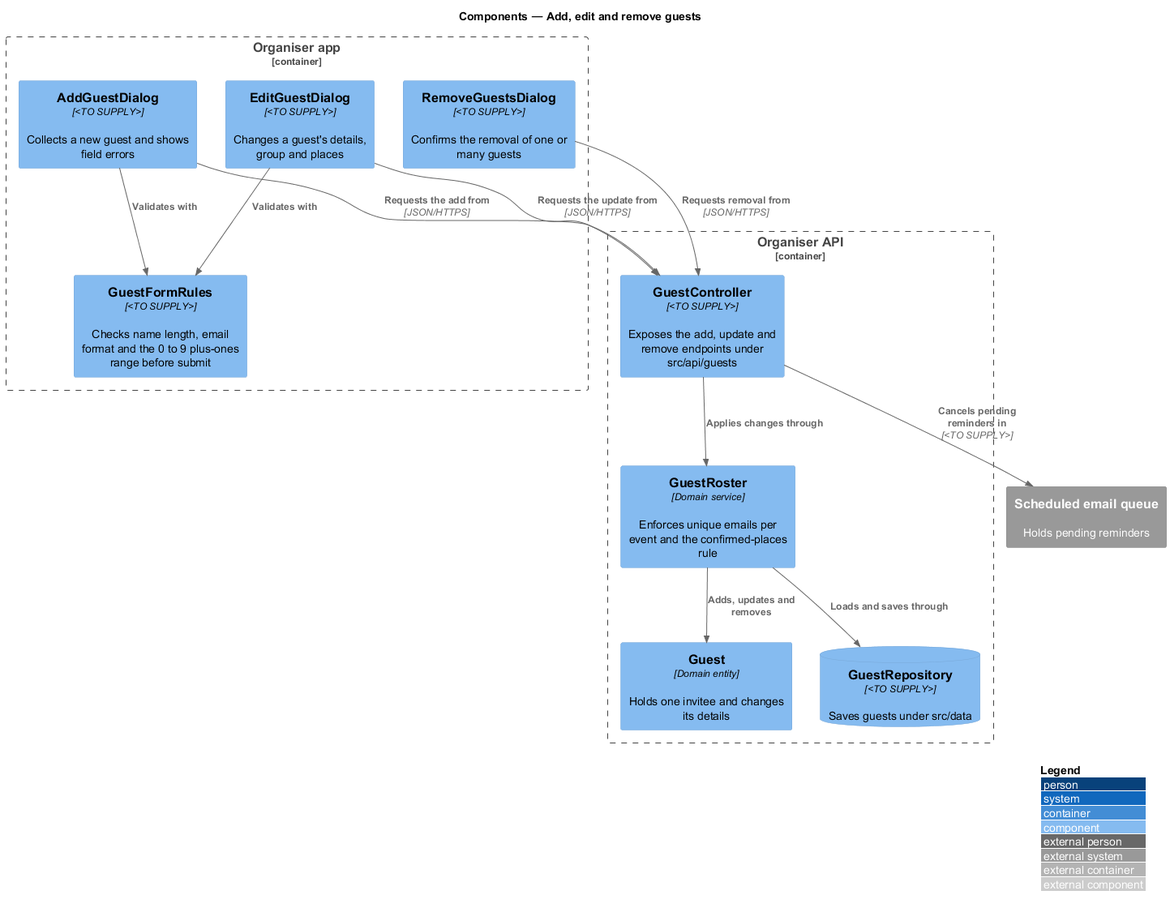
The PlantUML diagram docs/detailed-designs/guests/manage-guest/diagrams/c4-component.png in QuinntyneBrown/rsvp-cms, before a commit. Source of this version:
```plantuml
@startuml
!include <C4/C4_Component>
LAYOUT_WITH_LEGEND()
title Components — Add, edit and remove guests

Container_Boundary(admin, "Organiser app") {
  Component(addDlg, "AddGuestDialog", "<TO SUPPLY>", "Collects a new guest and shows field errors")
  Component(editDlg, "EditGuestDialog", "<TO SUPPLY>", "Changes a guest's details, group and places")
  Component(removeDlg, "RemoveGuestsDialog", "<TO SUPPLY>", "Confirms the removal of one or many guests")
  Component(rules, "GuestFormRules", "<TO SUPPLY>", "Checks name length, email format and the 0 to 9 plus-ones range before submit")
}
Container_Boundary(api, "Organiser API") {
  Component(ctrl, "GuestController", "<TO SUPPLY>", "Exposes the add, update and remove endpoints under src/api/guests")
  Component(roster, "GuestRoster", "Domain service", "Enforces unique emails per event and the confirmed-places rule")
  Component(guest, "Guest", "Domain entity", "Holds one invitee and changes its details")
  ComponentDb(guests, "GuestRepository", "<TO SUPPLY>", "Saves guests under src/data")
}
System_Ext(queue, "Scheduled email queue", "Holds pending reminders")

Rel(addDlg, rules, "Validates with")
Rel(editDlg, rules, "Validates with")
Rel(removeDlg, ctrl, "Requests removal from", "JSON/HTTPS")
Rel(addDlg, ctrl, "Requests the add from", "JSON/HTTPS")
Rel(editDlg, ctrl, "Requests the update from", "JSON/HTTPS")
Rel(ctrl, roster, "Applies changes through")
Rel(roster, guest, "Adds, updates and removes")
Rel(roster, guests, "Loads and saves through")
Rel(ctrl, queue, "Cancels pending reminders in", "<TO SUPPLY>")
@enduml
```
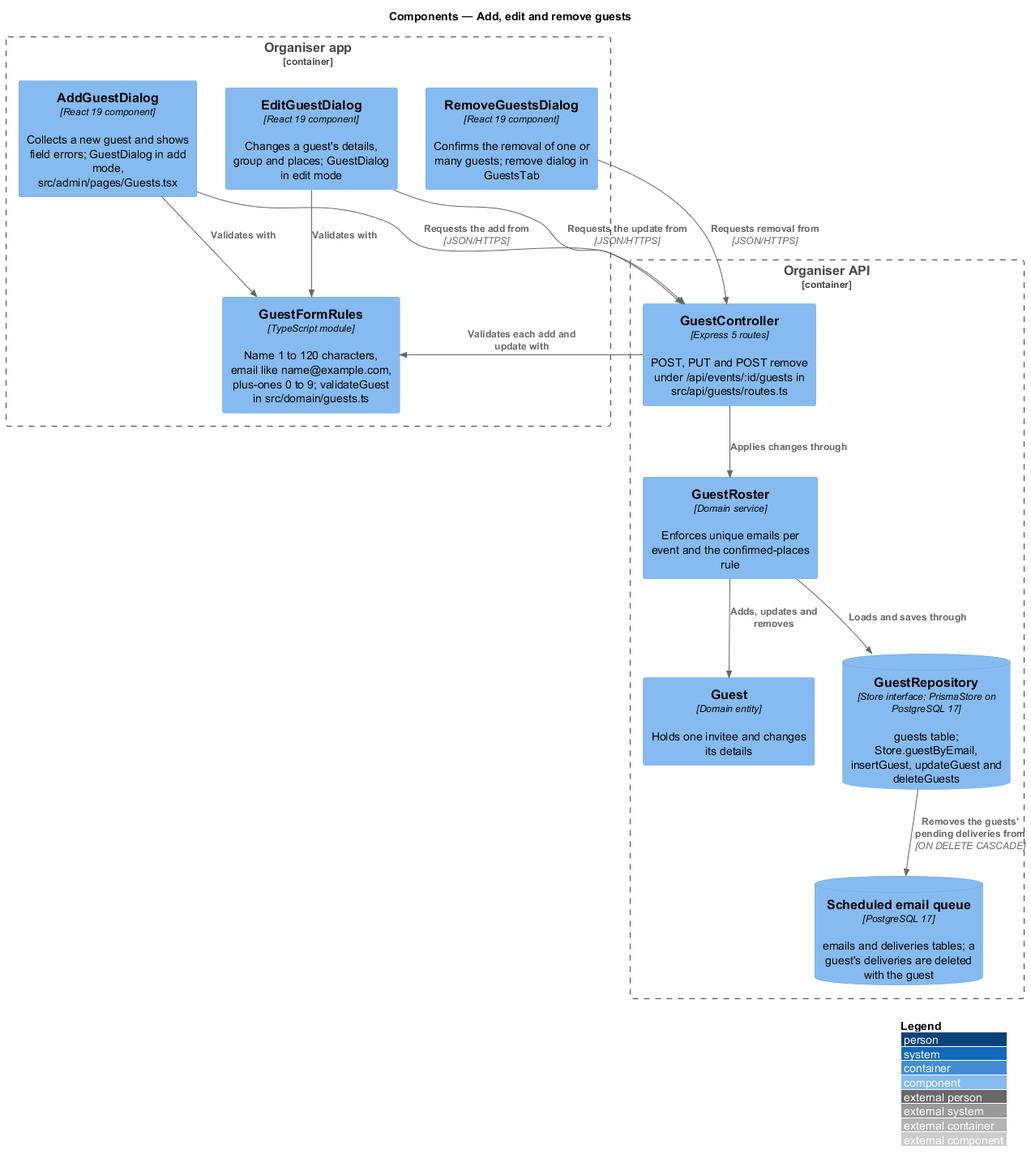
The same diagram one commit later.

What changed in the source:
```diff
@@ -4,26 +4,27 @@
 title Components — Add, edit and remove guests
 
 Container_Boundary(admin, "Organiser app") {
-  Component(addDlg, "AddGuestDialog", "<TO SUPPLY>", "Collects a new guest and shows field errors")
-  Component(editDlg, "EditGuestDialog", "<TO SUPPLY>", "Changes a guest's details, group and places")
-  Component(removeDlg, "RemoveGuestsDialog", "<TO SUPPLY>", "Confirms the removal of one or many guests")
-  Component(rules, "GuestFormRules", "<TO SUPPLY>", "Checks name length, email format and the 0 to 9 plus-ones range before submit")
+  Component(addDlg, "AddGuestDialog", "React 19 component", "Collects a new guest and shows field errors; GuestDialog in add mode, src/admin/pages/Guests.tsx")
+  Component(editDlg, "EditGuestDialog", "React 19 component", "Changes a guest's details, group and places; GuestDialog in edit mode")
+  Component(removeDlg, "RemoveGuestsDialog", "React 19 component", "Confirms the removal of one or many guests; remove dialog in GuestsTab")
+  Component(rules, "GuestFormRules", "TypeScript module", "Name 1 to 120 characters, email like name@example.com, plus-ones 0 to 9; validateGuest in src/domain/guests.ts")
 }
 Container_Boundary(api, "Organiser API") {
-  Component(ctrl, "GuestController", "<TO SUPPLY>", "Exposes the add, update and remove endpoints under src/api/guests")
+  Component(ctrl, "GuestController", "Express 5 routes", "POST, PUT and POST remove under /api/events/:id/guests in src/api/guests/routes.ts")
   Component(roster, "GuestRoster", "Domain service", "Enforces unique emails per event and the confirmed-places rule")
   Component(guest, "Guest", "Domain entity", "Holds one invitee and changes its details")
-  ComponentDb(guests, "GuestRepository", "<TO SUPPLY>", "Saves guests under src/data")
+  ComponentDb(guests, "GuestRepository", "Store interface; PrismaStore on PostgreSQL 17", "guests table; Store.guestByEmail, insertGuest, updateGuest and deleteGuests")
+  ComponentDb(queue, "Scheduled email queue", "PostgreSQL 17", "emails and deliveries tables; a guest's deliveries are deleted with the guest")
 }
-System_Ext(queue, "Scheduled email queue", "Holds pending reminders")
 
 Rel(addDlg, rules, "Validates with")
 Rel(editDlg, rules, "Validates with")
 Rel(removeDlg, ctrl, "Requests removal from", "JSON/HTTPS")
 Rel(addDlg, ctrl, "Requests the add from", "JSON/HTTPS")
 Rel(editDlg, ctrl, "Requests the update from", "JSON/HTTPS")
+Rel(ctrl, rules, "Validates each add and update with")
 Rel(ctrl, roster, "Applies changes through")
 Rel(roster, guest, "Adds, updates and removes")
 Rel(roster, guests, "Loads and saves through")
-Rel(ctrl, queue, "Cancels pending reminders in", "<TO SUPPLY>")
+Rel(guests, queue, "Removes the guests' pending deliveries from", "ON DELETE CASCADE")
 @enduml
```
